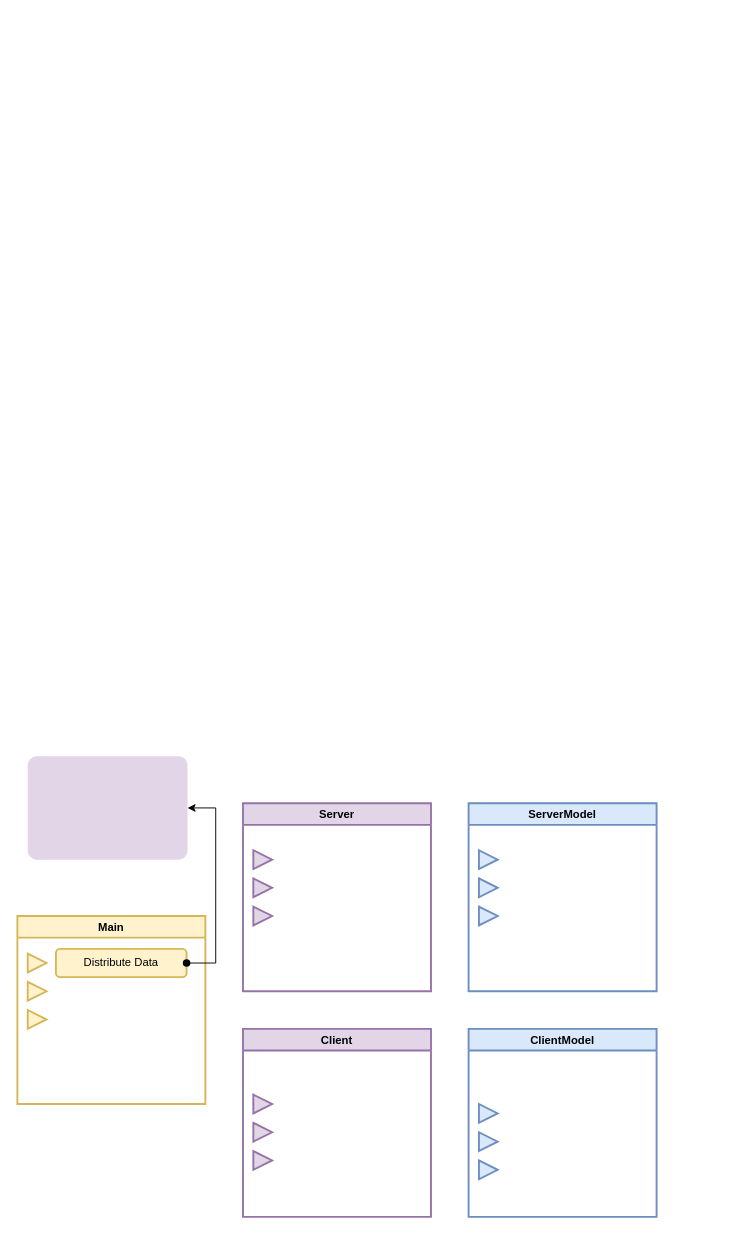
This is TestFramework.drawio from jtirana98/TestFramework, a draw.io file, before an edit. Source tidied: cells renumbered, new cells numbered last; positions are measured from the earlier drawing's top-left corner, leaving out a move shared by most shapes. Both pictures are drawn from the tidied source at 94%, with x=0, y=0 at pixel (17, 756).
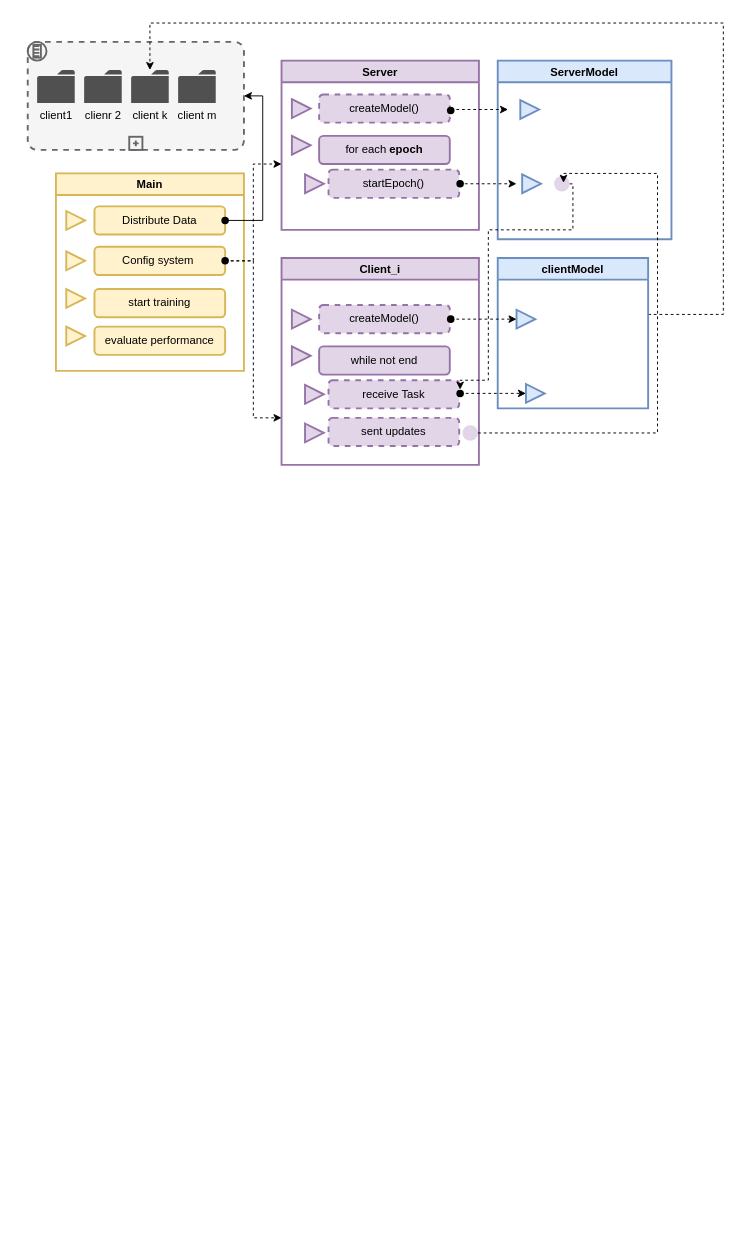
Above is the later version.

The change refers to these unchanged cells:
```xml
<mxCell id="7" style="shape=waypoint;sketch=0;fillStyle=solid;size=6;points=[];fillColor=none;perimeter=centerPerimeter;snapToPoint=1;strokeColor=#;strokeWidth=2;" parent="2" vertex="1">
  <mxGeometry x="160" y="30" width="40" height="40" as="geometry" />
</mxCell>
```

Change to the diagram source:
```diff
@@
     <mxCell id="2" value="Main" style="swimlane;fillColor=#fff2cc;strokeColor=#d6b656;strokeWidth=2;" parent="1" vertex="1">
-      <mxGeometry y="170" width="200" height="200" as="geometry" />
+      <mxGeometry x="41" y="-620" width="200" height="210" as="geometry" />
     </mxCell>
@@
     <mxCell id="4" style="triangle;whiteSpace=wrap;html=1;strokeColor=#d6b656;strokeWidth=2;fillColor=#fff2cc;" parent="2" vertex="1">
-      <mxGeometry x="11" y="70" width="20" height="20" as="geometry" />
+      <mxGeometry x="11" y="83" width="20" height="20" as="geometry" />
     </mxCell>
     <mxCell id="5" style="triangle;whiteSpace=wrap;html=1;strokeColor=#d6b656;strokeWidth=2;fillColor=#fff2cc;" parent="2" vertex="1">
-      <mxGeometry x="11" y="100" width="20" height="20" as="geometry" />
+      <mxGeometry x="11" y="123" width="20" height="20" as="geometry" />
     </mxCell>
@@
+    <mxCell id="26" value="Config system&amp;nbsp;" style="rounded=1;whiteSpace=wrap;html=1;strokeColor=#d6b656;strokeWidth=2;fillColor=#fff2cc;" parent="2" vertex="1">
+      <mxGeometry x="41" y="78" width="139" height="30" as="geometry" />
+    </mxCell>
+    <mxCell id="27" value="start training" style="rounded=1;whiteSpace=wrap;html=1;strokeColor=#d6b656;strokeWidth=2;fillColor=#fff2cc;" parent="2" vertex="1">
+      <mxGeometry x="41" y="123" width="139" height="30" as="geometry" />
+    </mxCell>
+    <mxCell id="28" style="triangle;whiteSpace=wrap;html=1;strokeColor=#d6b656;strokeWidth=2;fillColor=#fff2cc;" parent="2" vertex="1">
+      <mxGeometry x="11" y="163" width="20" height="20" as="geometry" />
+    </mxCell>
+    <mxCell id="29" value="evaluate performance" style="rounded=1;whiteSpace=wrap;html=1;strokeColor=#d6b656;strokeWidth=2;fillColor=#fff2cc;" parent="2" vertex="1">
+      <mxGeometry x="41" y="163" width="139" height="30" as="geometry" />
+    </mxCell>
+    <mxCell id="30" style="shape=waypoint;sketch=0;fillStyle=solid;size=6;points=[];fillColor=none;perimeter=centerPerimeter;snapToPoint=1;strokeColor=#;strokeWidth=2;" parent="2" vertex="1">
+      <mxGeometry x="160" y="73" width="40" height="40" as="geometry" />
+    </mxCell>
-    <mxCell id="8" value="Client" style="swimlane;fillColor=#e1d5e7;strokeColor=#9673a6;strokeWidth=2;" parent="1" vertex="1">
-      <mxGeometry x="240" y="290" width="200" height="200" as="geometry" />
+    <mxCell id="8" value="Client_i" style="swimlane;fillColor=#e1d5e7;strokeColor=#9673a6;strokeWidth=2;" parent="1" vertex="1">
+      <mxGeometry x="281" y="-530" width="210" height="220" as="geometry" />
     </mxCell>
-    <mxCell id="9" style="triangle;whiteSpace=wrap;html=1;strokeColor=#9673a6;strokeWidth=2;fillColor=#e1d5e7;" parent="8" vertex="1">
-      <mxGeometry x="11" y="100" width="20" height="20" as="geometry" />
-    </mxCell>
-    <mxCell id="10" style="triangle;whiteSpace=wrap;html=1;strokeColor=#9673a6;strokeWidth=2;fillColor=#e1d5e7;" parent="8" vertex="1">
-      <mxGeometry x="11" y="70" width="20" height="20" as="geometry" />
-    </mxCell>
-    <mxCell id="11" style="triangle;whiteSpace=wrap;html=1;strokeColor=#9673a6;strokeWidth=2;fillColor=#e1d5e7;" parent="8" vertex="1">
-      <mxGeometry x="11" y="130" width="20" height="20" as="geometry" />
-    </mxCell>
+    <mxCell id="31" style="triangle;whiteSpace=wrap;html=1;strokeColor=#9673a6;strokeWidth=2;fillColor=#e1d5e7;" parent="8" vertex="1">
+      <mxGeometry x="11" y="94" width="20" height="20" as="geometry" />
+    </mxCell>
+    <mxCell id="32" style="triangle;whiteSpace=wrap;html=1;strokeColor=#9673a6;strokeWidth=2;fillColor=#e1d5e7;" parent="8" vertex="1">
+      <mxGeometry x="11" y="55" width="20" height="20" as="geometry" />
+    </mxCell>
+    <mxCell id="33" style="triangle;whiteSpace=wrap;html=1;strokeColor=#9673a6;strokeWidth=2;fillColor=#e1d5e7;" parent="8" vertex="1">
+      <mxGeometry x="25" y="135" width="20" height="20" as="geometry" />
+    </mxCell>
+    <mxCell id="34" value="createModel()" style="rounded=1;whiteSpace=wrap;html=1;strokeColor=#9673a6;strokeWidth=2;fillColor=#e1d5e7;dashed=1;" parent="8" vertex="1">
+      <mxGeometry x="40" y="50" width="139" height="30" as="geometry" />
+    </mxCell>
+    <mxCell id="35" value="while not end" style="rounded=1;whiteSpace=wrap;html=1;strokeColor=#9673a6;strokeWidth=2;fillColor=#e1d5e7;" parent="8" vertex="1">
+      <mxGeometry x="40" y="94" width="139" height="30" as="geometry" />
+    </mxCell>
+    <mxCell id="36" value="receive Task" style="rounded=1;whiteSpace=wrap;html=1;strokeColor=#9673a6;strokeWidth=2;fillColor=#e1d5e7;dashed=1;" parent="8" vertex="1">
+      <mxGeometry x="50" y="130" width="139" height="30" as="geometry" />
+    </mxCell>
+    <mxCell id="37" style="shape=waypoint;sketch=0;fillStyle=solid;size=6;points=[];fillColor=none;perimeter=centerPerimeter;snapToPoint=1;strokeColor=#;strokeWidth=2;" parent="8" vertex="1">
+      <mxGeometry x="160" y="45" width="40" height="40" as="geometry" />
+    </mxCell>
+    <mxCell id="38" style="shape=waypoint;sketch=0;fillStyle=solid;size=6;points=[];fillColor=none;perimeter=centerPerimeter;snapToPoint=1;strokeColor=#;strokeWidth=2;" parent="8" vertex="1">
+      <mxGeometry x="170" y="124" width="40" height="40" as="geometry" />
+    </mxCell>
+    <mxCell id="39" style="triangle;whiteSpace=wrap;html=1;strokeColor=#9673a6;strokeWidth=2;fillColor=#e1d5e7;" parent="8" vertex="1">
+      <mxGeometry x="25" y="176" width="20" height="20" as="geometry" />
+    </mxCell>
+    <mxCell id="40" value="sent updates" style="rounded=1;whiteSpace=wrap;html=1;strokeColor=#9673a6;strokeWidth=2;fillColor=#e1d5e7;dashed=1;" parent="8" vertex="1">
+      <mxGeometry x="50" y="170" width="139" height="30" as="geometry" />
+    </mxCell>
+    <mxCell id="41" style="ellipse;whiteSpace=wrap;html=1;dashed=1;strokeColor=#;strokeWidth=2;fillColor=#E1D5E7;direction=south;" parent="8" vertex="1">
+      <mxGeometry x="192.5" y="177.8" width="16.5" height="16.5" as="geometry" />
+    </mxCell>
     <mxCell id="12" value="Server" style="swimlane;fillColor=#e1d5e7;strokeColor=#9673a6;strokeWidth=2;" parent="1" vertex="1">
-      <mxGeometry x="240" y="50" width="200" height="200" as="geometry" />
+      <mxGeometry x="281" y="-740" width="210" height="180" as="geometry" />
     </mxCell>
@@
     <mxCell id="14" style="triangle;whiteSpace=wrap;html=1;strokeColor=#9673a6;strokeWidth=2;fillColor=#e1d5e7;" parent="12" vertex="1">
-      <mxGeometry x="11" y="50" width="20" height="20" as="geometry" />
+      <mxGeometry x="11" y="41" width="20" height="20" as="geometry" />
     </mxCell>
     <mxCell id="15" style="triangle;whiteSpace=wrap;html=1;strokeColor=#9673a6;strokeWidth=2;fillColor=#e1d5e7;" parent="12" vertex="1">
-      <mxGeometry x="11" y="110" width="20" height="20" as="geometry" />
+      <mxGeometry x="25" y="121" width="20" height="20" as="geometry" />
     </mxCell>
+    <mxCell id="42" value="createModel()" style="rounded=1;whiteSpace=wrap;html=1;strokeColor=#9673a6;strokeWidth=2;fillColor=#e1d5e7;dashed=1;" parent="12" vertex="1">
+      <mxGeometry x="40" y="36" width="139" height="30" as="geometry" />
+    </mxCell>
+    <mxCell id="43" style="shape=waypoint;sketch=0;fillStyle=solid;size=6;fillColor=none;perimeter=centerPerimeter;strokeColor=#;strokeWidth=2;" parent="12" vertex="1">
+      <mxGeometry x="160" y="33" width="40" height="40" as="geometry" />
+    </mxCell>
+    <mxCell id="44" value="for each &lt;b&gt;epoch&lt;/b&gt;" style="rounded=1;whiteSpace=wrap;html=1;strokeColor=#9673a6;strokeWidth=2;fillColor=#e1d5e7;" parent="12" vertex="1">
+      <mxGeometry x="40" y="80" width="139" height="30" as="geometry" />
+    </mxCell>
+    <mxCell id="45" value="startEpoch()" style="rounded=1;whiteSpace=wrap;html=1;strokeColor=#9673a6;strokeWidth=2;fillColor=#e1d5e7;dashed=1;" parent="12" vertex="1">
+      <mxGeometry x="50" y="116" width="139" height="30" as="geometry" />
+    </mxCell>
+    <mxCell id="46" style="shape=waypoint;sketch=0;fillStyle=solid;size=6;fillColor=none;perimeter=centerPerimeter;strokeColor=#;strokeWidth=2;" parent="12" vertex="1">
+      <mxGeometry x="170" y="111" width="40" height="40" as="geometry" />
+    </mxCell>
     <mxCell id="16" value="ServerModel" style="swimlane;fillColor=#dae8fc;strokeColor=#6c8ebf;strokeWidth=2;" parent="1" vertex="1">
-      <mxGeometry x="480" y="50" width="200" height="200" as="geometry" />
+      <mxGeometry x="511" y="-740" width="184.8" height="190" as="geometry" />
     </mxCell>
-    <mxCell id="17" style="triangle;whiteSpace=wrap;html=1;strokeColor=#6c8ebf;strokeWidth=2;fillColor=#dae8fc;" parent="16" vertex="1">
-      <mxGeometry x="11" y="80" width="20" height="20" as="geometry" />
-    </mxCell>
     <mxCell id="18" style="triangle;whiteSpace=wrap;html=1;strokeColor=#6c8ebf;strokeWidth=2;fillColor=#dae8fc;" parent="16" vertex="1">
-      <mxGeometry x="11" y="50" width="20" height="20" as="geometry" />
+      <mxGeometry x="24" y="42" width="20" height="20" as="geometry" />
     </mxCell>
     <mxCell id="19" style="triangle;whiteSpace=wrap;html=1;strokeColor=#6c8ebf;strokeWidth=2;fillColor=#dae8fc;" parent="16" vertex="1">
-      <mxGeometry x="11" y="110" width="20" height="20" as="geometry" />
+      <mxGeometry x="26" y="121" width="20" height="20" as="geometry" />
     </mxCell>
-    <mxCell id="20" value="ClientModel" style="swimlane;fillColor=#dae8fc;strokeColor=#6c8ebf;strokeWidth=2;" parent="1" vertex="1">
-      <mxGeometry x="480" y="290" width="200" height="200" as="geometry" />
-    </mxCell>
-    <mxCell id="21" style="triangle;whiteSpace=wrap;html=1;strokeColor=#6c8ebf;strokeWidth=2;fillColor=#dae8fc;" parent="20" vertex="1">
-      <mxGeometry x="11" y="110" width="20" height="20" as="geometry" />
-    </mxCell>
-    <mxCell id="22" style="triangle;whiteSpace=wrap;html=1;strokeColor=#6c8ebf;strokeWidth=2;fillColor=#dae8fc;" parent="20" vertex="1">
-      <mxGeometry x="11" y="80" width="20" height="20" as="geometry" />
-    </mxCell>
-    <mxCell id="23" style="triangle;whiteSpace=wrap;html=1;strokeColor=#6c8ebf;strokeWidth=2;fillColor=#dae8fc;" parent="20" vertex="1">
-      <mxGeometry x="11" y="140" width="20" height="20" as="geometry" />
-    </mxCell>
+    <mxCell id="47" style="ellipse;whiteSpace=wrap;html=1;dashed=1;strokeColor=#;strokeWidth=2;fillColor=#E1D5E7;direction=south;" parent="16" vertex="1">
+      <mxGeometry x="60" y="122.8" width="16.5" height="16.5" as="geometry" />
+    </mxCell>
     <mxCell id="24" style="edgeStyle=elbowEdgeStyle;elbow=vertical;endArrow=classic;html=1;rounded=0;exitX=0.475;exitY=0.575;exitDx=0;exitDy=0;exitPerimeter=0;" parent="1" edge="1" source="7" target="25">
       <mxGeometry relative="1" as="geometry">
         <Array as="points">
-          <mxPoint x="211" y="130" />
-          <mxPoint x="241" y="220" />
-          <mxPoint x="261" y="220" />
-          <mxPoint x="231" y="210" />
+          <mxPoint x="261" y="-600" />
+          <mxPoint x="271" y="-590" />
+          <mxPoint x="271" y="-570" />
+          <mxPoint x="252" y="-660" />
+          <mxPoint x="282" y="-570" />
+          <mxPoint x="302" y="-570" />
+          <mxPoint x="272" y="-580" />
         </Array>
       </mxGeometry>
     </mxCell>
-    <mxCell id="25" style="points=[[0.25,0,0],[0.5,0,0],[0.75,0,0],[1,0.25,0],[1,0.5,0],[1,0.75,0],[0.75,1,0],[0.5,1,0],[0.25,1,0],[0,0.75,0],[0,0.5,0],[0,0.25,0]];shape=mxgraph.bpmn.task;whiteSpace=wrap;rectStyle=rounded;size=10;taskMarker=abstract;bpmnShapeType=subprocess;isLoopSub=1;outline=eventInt;symbol=conditional;strokeColor=#;strokeWidth=2;fillColor=#E1D5E7;" parent="1" vertex="1">
-      <mxGeometry x="11" width="170" height="110" as="geometry" />
+    <mxCell id="25" style="points=[[0.25,0,0],[0.5,0,0],[0.75,0,0],[1,0.25,0],[1,0.5,0],[1,0.75,0],[0.75,1,0],[0.5,1,0],[0.25,1,0],[0,0.75,0],[0,0.5,0],[0,0.25,0]];shape=mxgraph.bpmn.task;whiteSpace=wrap;rectStyle=rounded;size=10;taskMarker=abstract;bpmnShapeType=subprocess;isLoopSub=1;outline=eventInt;symbol=conditional;strokeColor=#666666;strokeWidth=2;fillColor=#f5f5f5;fontColor=#333333;" parent="1" vertex="1">
+      <mxGeometry x="11" y="-760" width="230" height="115" as="geometry" />
     </mxCell>
+    <mxCell id="48" value="client1" style="sketch=0;shadow=0;dashed=0;html=1;strokeColor=none;fillColor=#505050;labelPosition=center;verticalLabelPosition=bottom;verticalAlign=top;align=center;shape=mxgraph.office.concepts.folder;" parent="1" vertex="1">
+      <mxGeometry x="21" y="-730" width="40" height="35" as="geometry" />
+    </mxCell>
+    <mxCell id="49" value="clienr 2" style="sketch=0;shadow=0;dashed=0;html=1;strokeColor=none;fillColor=#505050;labelPosition=center;verticalLabelPosition=bottom;verticalAlign=top;align=center;shape=mxgraph.office.concepts.folder;" parent="1" vertex="1">
+      <mxGeometry x="71" y="-730" width="40" height="35" as="geometry" />
+    </mxCell>
+    <mxCell id="50" value="client k" style="sketch=0;shadow=0;dashed=0;html=1;strokeColor=none;fillColor=#505050;labelPosition=center;verticalLabelPosition=bottom;verticalAlign=top;outlineConnect=0;align=center;shape=mxgraph.office.concepts.folder;" parent="1" vertex="1">
+      <mxGeometry x="121" y="-730" width="40" height="35" as="geometry" />
+    </mxCell>
+    <mxCell id="51" value="client m" style="sketch=0;shadow=0;dashed=0;html=1;strokeColor=none;fillColor=#505050;labelPosition=center;verticalLabelPosition=bottom;verticalAlign=top;align=center;shape=mxgraph.office.concepts.folder;" parent="1" vertex="1">
+      <mxGeometry x="171" y="-730" width="40" height="35" as="geometry" />
+    </mxCell>
+    <mxCell id="52" style="edgeStyle=orthogonalEdgeStyle;rounded=0;jettySize=auto;html=1;dashed=1;" parent="1" edge="1" source="30">
+      <mxGeometry relative="1" as="geometry">
+        <mxPoint x="281" y="-360" as="targetPoint" />
+        <Array as="points">
+          <mxPoint x="251" y="-527" />
+          <mxPoint x="251" y="-360" />
+          <mxPoint x="282" y="-360" />
+        </Array>
+      </mxGeometry>
+    </mxCell>
+    <mxCell id="53" style="edgeStyle=orthogonalEdgeStyle;rounded=0;jettySize=auto;html=1;dashed=1;" parent="1" edge="1" source="30">
+      <mxGeometry relative="1" as="geometry">
+        <mxPoint x="281" y="-630" as="targetPoint" />
+        <Array as="points">
+          <mxPoint x="251" y="-527" />
+          <mxPoint x="251" y="-630" />
+        </Array>
+      </mxGeometry>
+    </mxCell>
+    <mxCell id="54" style="edgeStyle=orthogonalEdgeStyle;rounded=0;orthogonalLoop=1;jettySize=auto;html=1;dashed=1;" parent="1" edge="1">
+      <mxGeometry relative="1" as="geometry">
+        <mxPoint x="461" y="-688" as="sourcePoint" />
+        <mxPoint x="522" y="-688" as="targetPoint" />
+      </mxGeometry>
+    </mxCell>
+    <mxCell id="55" style="edgeStyle=orthogonalEdgeStyle;rounded=0;orthogonalLoop=1;jettySize=auto;html=1;dashed=1;" parent="1" edge="1">
+      <mxGeometry relative="1" as="geometry">
+        <mxPoint x="470" y="-609" as="sourcePoint" />
+        <mxPoint x="531" y="-609" as="targetPoint" />
+      </mxGeometry>
+    </mxCell>
+    <mxCell id="56" style="edgeStyle=orthogonalEdgeStyle;rounded=0;jettySize=auto;html=1;dashed=1;" parent="1" edge="1" target="50">
+      <mxGeometry relative="1" as="geometry">
+        <mxPoint x="671" y="-470" as="sourcePoint" />
+        <Array as="points">
+          <mxPoint x="751" y="-470" />
+          <mxPoint x="751" y="-780" />
+          <mxPoint x="141" y="-780" />
+        </Array>
+      </mxGeometry>
+    </mxCell>
+    <mxCell id="57" value="clientModel" style="swimlane;fillColor=#dae8fc;strokeColor=#6c8ebf;strokeWidth=2;" parent="1" vertex="1">
+      <mxGeometry x="511" y="-530" width="160" height="160" as="geometry" />
+    </mxCell>
+    <mxCell id="58" style="triangle;whiteSpace=wrap;html=1;strokeColor=#6c8ebf;strokeWidth=2;fillColor=#dae8fc;" parent="57" vertex="1">
+      <mxGeometry x="20" y="55" width="20" height="20" as="geometry" />
+    </mxCell>
+    <mxCell id="59" style="triangle;whiteSpace=wrap;html=1;strokeColor=#6c8ebf;strokeWidth=2;fillColor=#dae8fc;" parent="57" vertex="1">
+      <mxGeometry x="30" y="134" width="20" height="20" as="geometry" />
+    </mxCell>
+    <mxCell id="60" style="edgeStyle=orthogonalEdgeStyle;rounded=0;jettySize=auto;html=1;dashed=1;" parent="1" edge="1" source="37" target="58">
+      <mxGeometry relative="1" as="geometry" />
+    </mxCell>
+    <mxCell id="61" style="edgeStyle=orthogonalEdgeStyle;rounded=0;jettySize=auto;html=1;dashed=1;" parent="1" edge="1" source="38" target="59">
+      <mxGeometry relative="1" as="geometry" />
+    </mxCell>
+    <mxCell id="62" style="edgeStyle=orthogonalEdgeStyle;rounded=0;jettySize=auto;html=1;dashed=1;" parent="1" edge="1" source="47">
+      <mxGeometry relative="1" as="geometry">
+        <mxPoint x="471" y="-390" as="targetPoint" />
+        <Array as="points">
+          <mxPoint x="591" y="-609" />
+          <mxPoint x="591" y="-560" />
+          <mxPoint x="501" y="-560" />
+          <mxPoint x="501" y="-400" />
+          <mxPoint x="471" y="-400" />
+        </Array>
+      </mxGeometry>
+    </mxCell>
+    <mxCell id="63" style="edgeStyle=orthogonalEdgeStyle;rounded=0;jettySize=auto;html=1;dashed=1;" parent="1" edge="1" source="41">
+      <mxGeometry relative="1" as="geometry">
+        <mxPoint x="581" y="-610" as="targetPoint" />
+        <Array as="points">
+          <mxPoint x="681" y="-344" />
+          <mxPoint x="681" y="-620" />
+        </Array>
+      </mxGeometry>
+    </mxCell>
```
